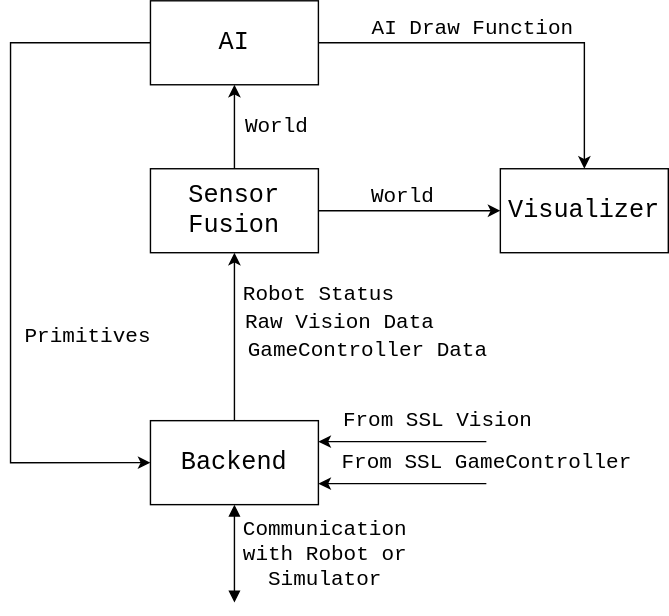
UBC-Thunderbots/Software keeps this draw.io diagram as docs/images/high_level_architecture_diagram.svg. Above is the earlier version. Source tidied: cells renumbered, new cells last; positions are measured from the earlier drawing's top-left corner, leaving out a move shared by most shapes.
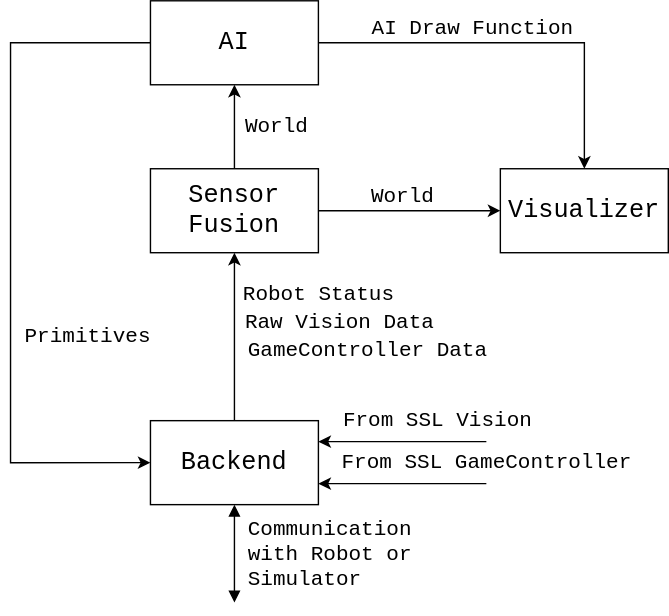
The same file after the commit.

The edit, as a diff of the source:
```diff
@@ -81,8 +81,8 @@
     <mxCell id="20" value="World" style="text;html=1;align=center;verticalAlign=middle;fillColor=none;strokeColor=none;rounded=0;fontFamily=Courier New;fontSize=15;" parent="1" vertex="1">
       <mxGeometry x="250" y="130" width="60" height="20" as="geometry" />
     </mxCell>
-    <mxCell id="21" value="Communication with Robot or Simulator" style="text;align=center;verticalAlign=middle;fillColor=none;strokeColor=none;rounded=0;fontFamily=Courier New;fontSize=15;html=1;overflow=fill;html=1;whiteSpace=wrap;" parent="1" vertex="1">
-      <mxGeometry x="160" y="370" width="130" height="50" as="geometry" />
+    <mxCell id="21" value="Communication with Robot or Simulator" style="text;align=left;verticalAlign=middle;fillColor=none;strokeColor=none;rounded=0;fontFamily=Courier New;fontSize=15;html=1;overflow=fill;html=1;whiteSpace=wrap;" parent="1" vertex="1">
+      <mxGeometry x="170" y="370" width="130" height="50" as="geometry" />
     </mxCell>
     <mxCell id="22" value="From SSL GameController" style="text;html=1;align=center;verticalAlign=middle;fillColor=none;strokeColor=none;rounded=0;fontFamily=Courier New;fontSize=15;" parent="1" vertex="1">
       <mxGeometry x="230" y="320" width="220" height="20" as="geometry" />
```
